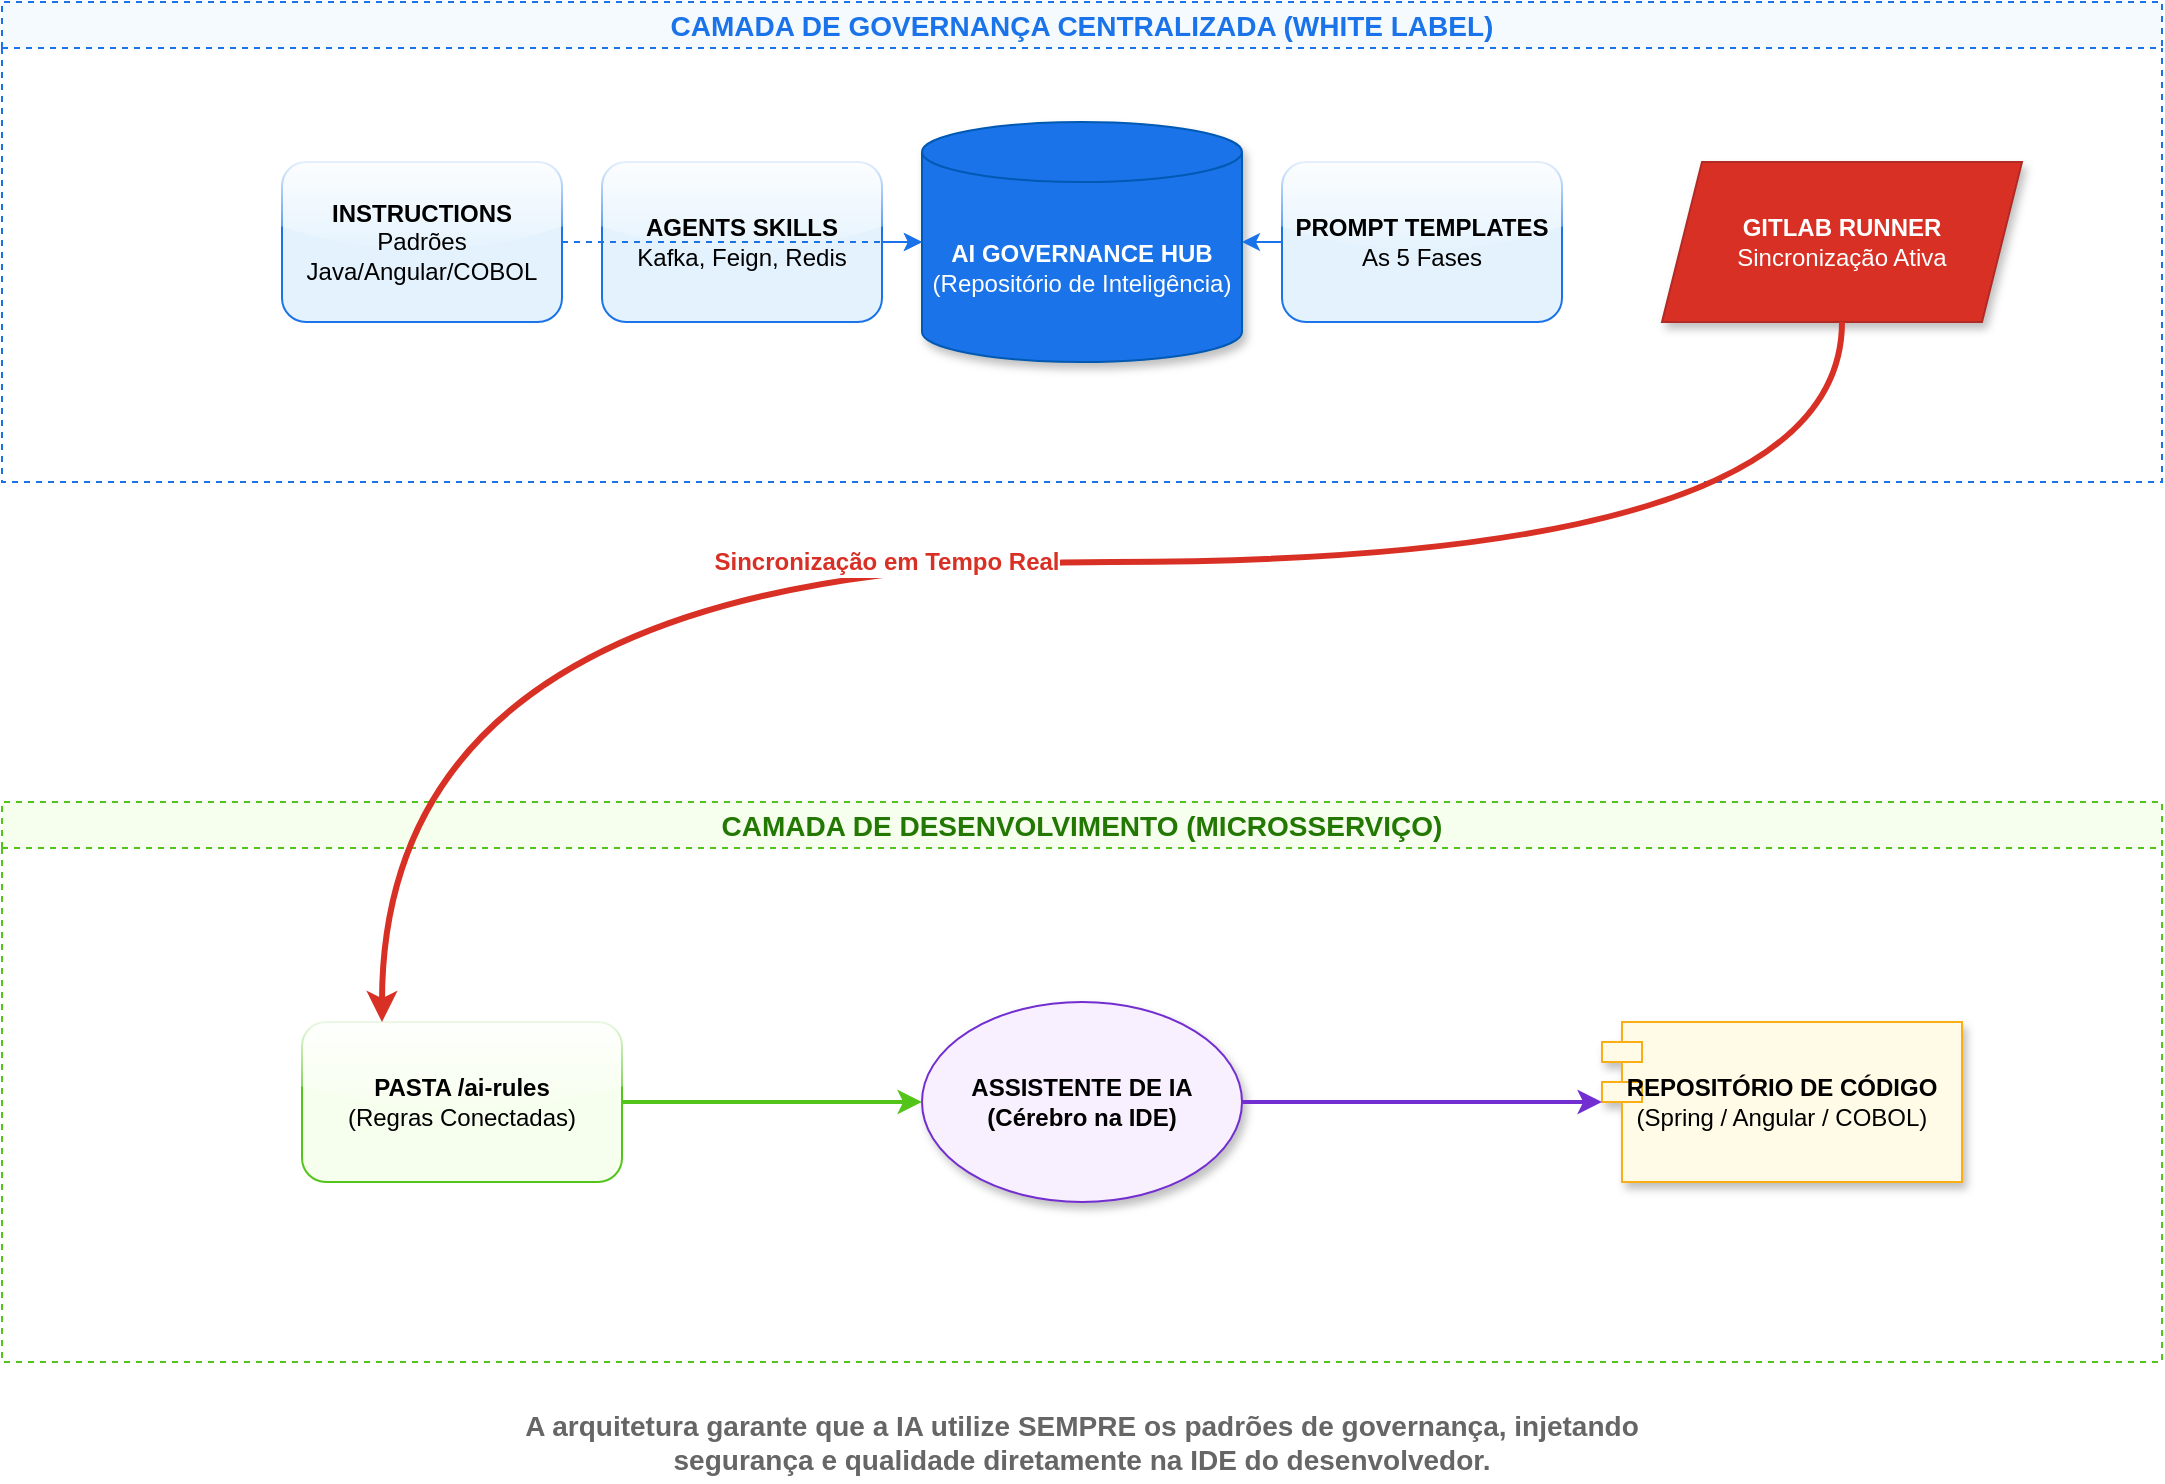
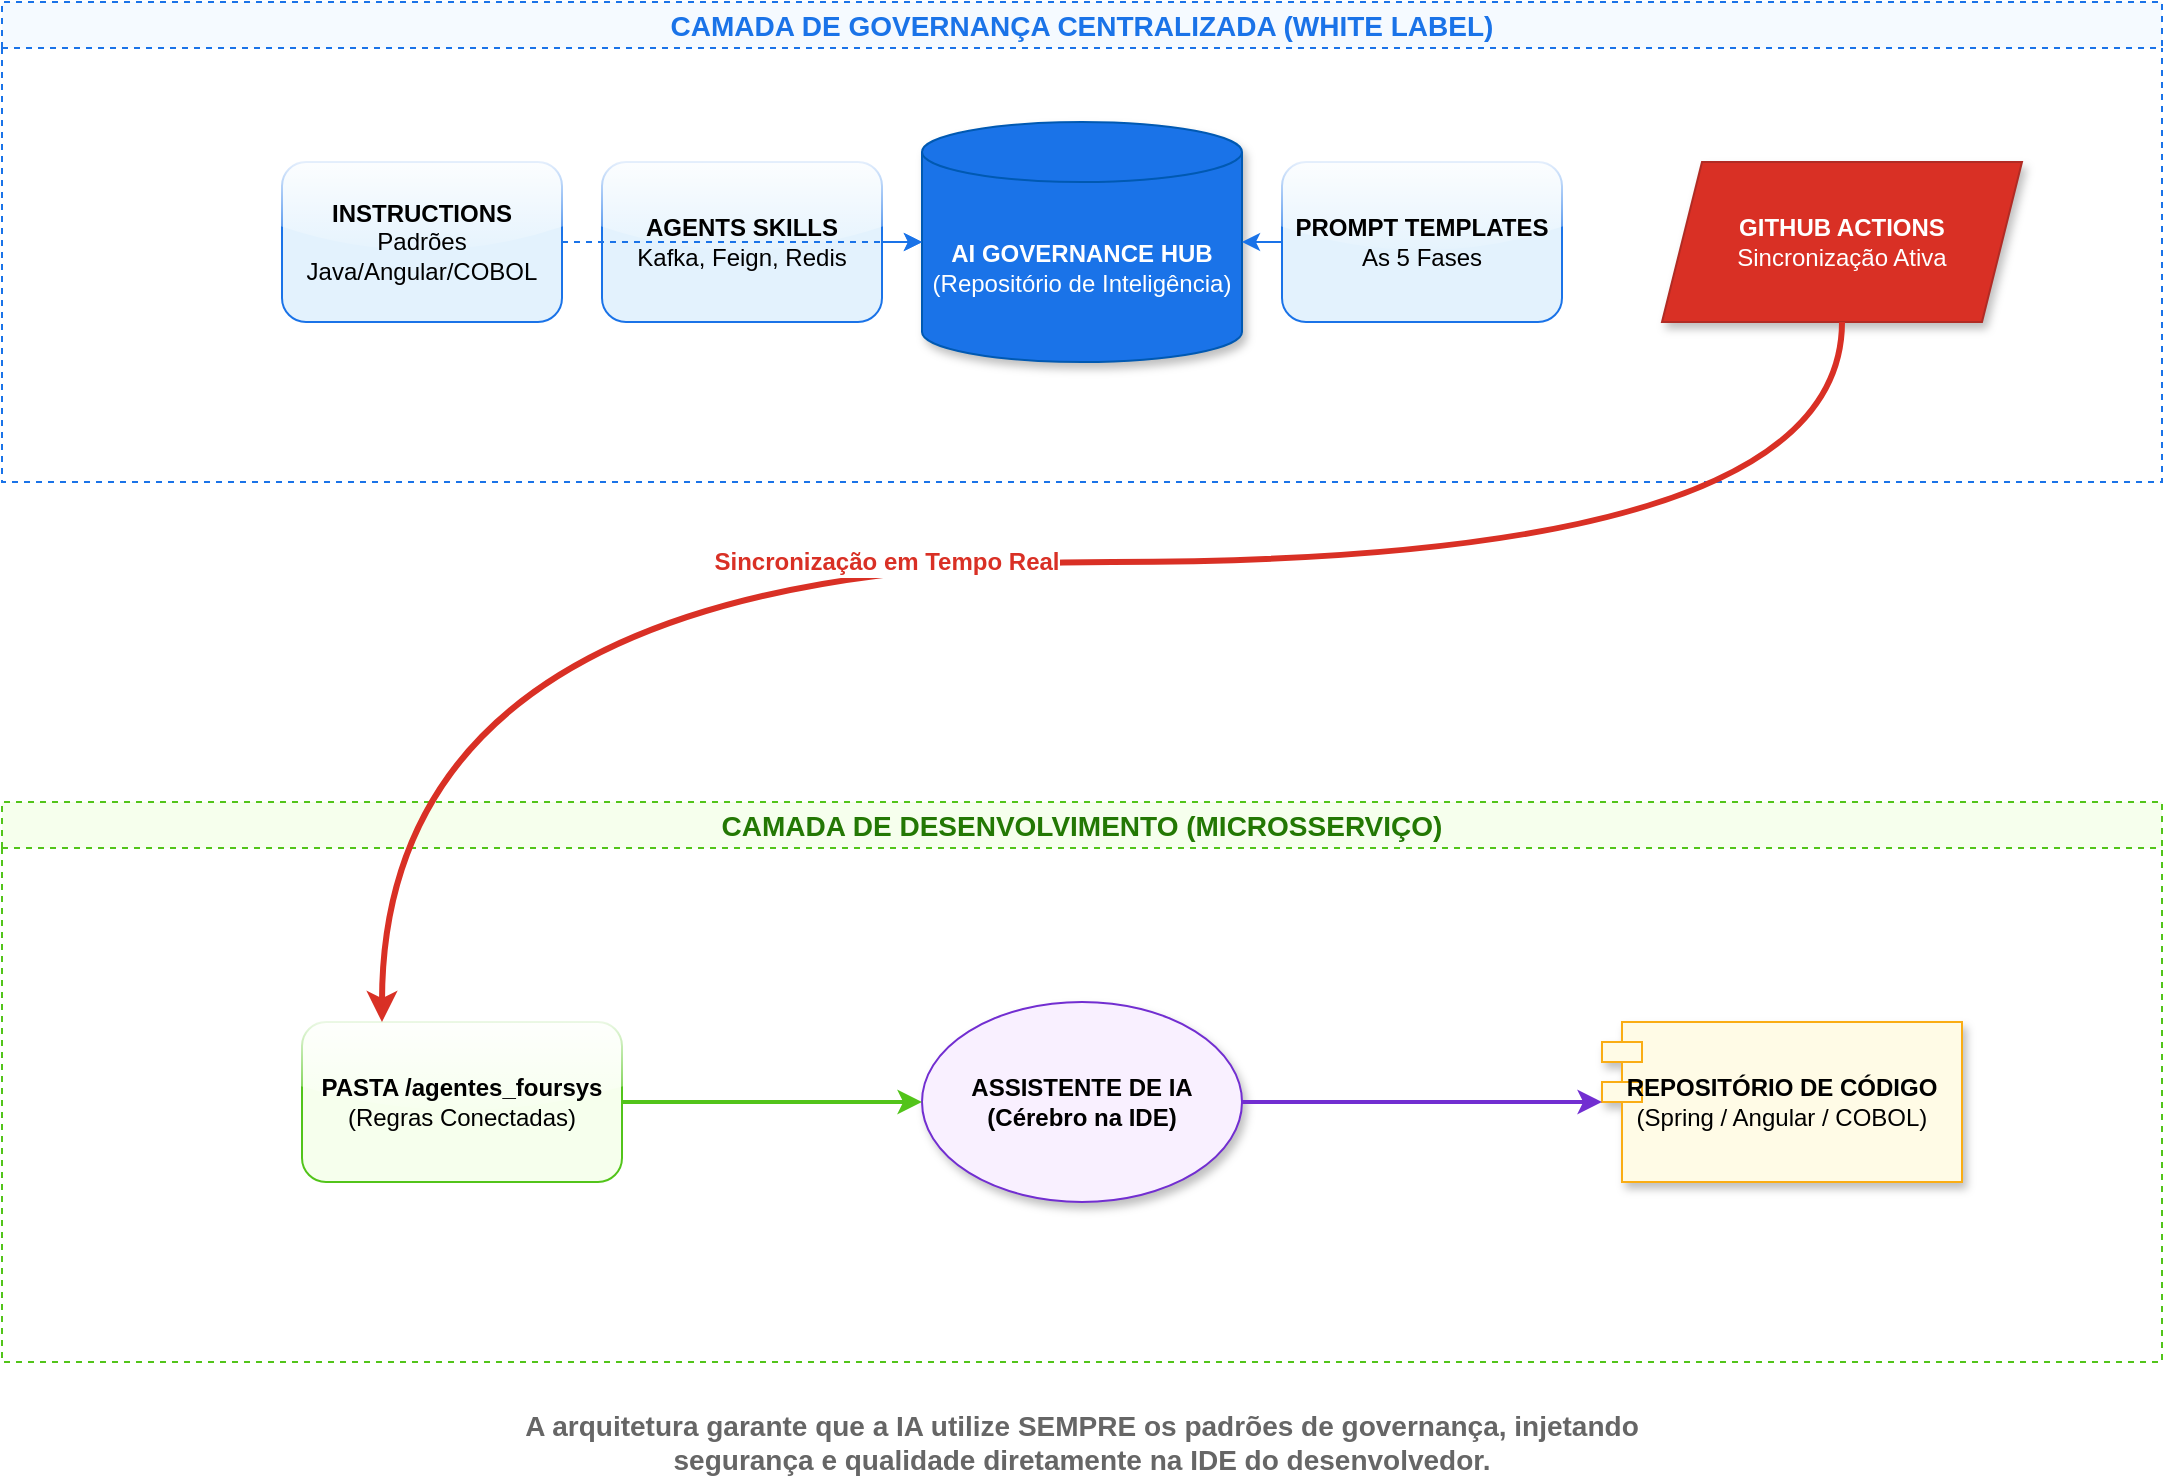
- <mxfile host="Electron" version="21.6.8" type="device">
+ ﻿<mxfile host="Electron" version="21.6.8" type="device">
  <diagram id="solucao-v2" name="Arquitetura de Alta Fidelidade">
    <mxGraphModel dx="1422" dy="794" grid="1" gridSize="10" guides="1" tooltips="1" connect="1" arrows="1" fold="1" page="1" pageScale="1" pageWidth="1169" pageHeight="827" math="0" shadow="0">
      <root>
        <mxCell id="0" />
        <mxCell id="1" parent="0" />

        <!-- Camada Central de Governança -->
        <mxCell id="group-central" value="CAMADA DE GOVERNANÇA CENTRALIZADA (WHITE LABEL)" style="swimlane;whiteSpace=wrap;html=1;fillColor=#F5FAFF;strokeColor=#1A73E8;dashed=1;fontStyle=1;fontSize=14;fontColor=#1A73E8;" vertex="1" parent="1">
          <mxGeometry x="40" y="40" width="1080" height="240" as="geometry" />
        </mxCell>

        <mxCell id="hub-repo" value="&lt;b&gt;AI GOVERNANCE HUB&lt;/b&gt;&lt;br&gt;(Repositório de Inteligência)" style="shape=cylinder3;whiteSpace=wrap;html=1;boundedLbl=1;backgroundOutline=1;size=15;fillColor=#1A73E8;strokeColor=#0059B2;fontColor=#FFFFFF;shadow=1;" vertex="1" parent="group-central">
          <mxGeometry x="460" y="60" width="160" height="120" as="geometry" />
        </mxCell>

        <mxCell id="instructions" value="&lt;b&gt;INSTRUCTIONS&lt;/b&gt;&lt;br&gt;Padrões Java/Angular/COBOL" style="rounded=1;whiteSpace=wrap;html=1;fillColor=#E3F2FD;strokeColor=#1A73E8;glass=1;" vertex="1" parent="group-central">
          <mxGeometry x="140" y="80" width="140" height="80" as="geometry" />
        </mxCell>

        <mxCell id="skills" value="&lt;b&gt;AGENTS SKILLS&lt;/b&gt;&lt;br&gt;Kafka, Feign, Redis" style="rounded=1;whiteSpace=wrap;html=1;fillColor=#E3F2FD;strokeColor=#1A73E8;glass=1;" vertex="1" parent="group-central">
          <mxGeometry x="300" y="80" width="140" height="80" as="geometry" />
        </mxCell>

        <mxCell id="templates" value="&lt;b&gt;PROMPT TEMPLATES&lt;/b&gt;&lt;br&gt;As 5 Fases" style="rounded=1;whiteSpace=wrap;html=1;fillColor=#E3F2FD;strokeColor=#1A73E8;glass=1;" vertex="1" parent="group-central">
          <mxGeometry x="640" y="80" width="140" height="80" as="geometry" />
        </mxCell>

-         <mxCell id="catalog-sync" value="&lt;b&gt;GITLAB RUNNER&lt;/b&gt;&lt;br&gt;Sincronização Ativa" style="shape=parallelogram;perimeter=parallelogramPerimeter;whiteSpace=wrap;html=1;fixedSize=1;fillColor=#D93025;strokeColor=#B12B24;fontColor=#FFFFFF;shadow=1;" vertex="1" parent="group-central">
+         <mxCell id="catalog-sync" value="&lt;b&gt;GITHUB ACTIONS&lt;/b&gt;&lt;br&gt;Sincronização Ativa" style="shape=parallelogram;perimeter=parallelogramPerimeter;whiteSpace=wrap;html=1;fixedSize=1;fillColor=#D93025;strokeColor=#B12B24;fontColor=#FFFFFF;shadow=1;" vertex="1" parent="group-central">
          <mxGeometry x="830" y="80" width="180" height="80" as="geometry" />
        </mxCell>

        <!-- Conexões Internas -->
        <mxCell id="c1" edge="1" parent="group-central" source="instructions" target="hub-repo" style="edgeStyle=orthogonalEdgeStyle;rounded=1;orthogonalLoop=1;jettySize=auto;html=1;strokeColor=#1A73E8;dashed=1;">
          <mxGeometry relative="1" as="geometry" />
        </mxCell>
        <mxCell id="c2" edge="1" parent="group-central" source="skills" target="hub-repo" style="edgeStyle=orthogonalEdgeStyle;rounded=1;orthogonalLoop=1;jettySize=auto;html=1;strokeColor=#1A73E8;dashed=1;">
          <mxGeometry relative="1" as="geometry" />
        </mxCell>
        <mxCell id="c3" edge="1" parent="group-central" source="templates" target="hub-repo" style="edgeStyle=orthogonalEdgeStyle;rounded=1;orthogonalLoop=1;jettySize=auto;html=1;strokeColor=#1A73E8;dashed=1;">
          <mxGeometry relative="1" as="geometry" />
        </mxCell>

        <!-- Camada de Execução Local -->
        <mxCell id="group-local" value="CAMADA DE DESENVOLVIMENTO (MICROSSERVIÇO)" style="swimlane;whiteSpace=wrap;html=1;fillColor=#F6FFED;strokeColor=#52C41A;dashed=1;fontStyle=1;fontSize=14;fontColor=#237804;" vertex="1" parent="1">
          <mxGeometry x="40" y="440" width="1080" height="280" as="geometry" />
        </mxCell>

        <mxCell id="ai-agent" value="&lt;b&gt;ASSISTENTE DE IA&lt;/b&gt;&lt;br&gt;(Cérebro na IDE)" style="ellipse;whiteSpace=wrap;html=1;fillColor=#F9F0FF;strokeColor=#722ED1;shadow=1;fontStyle=1;" vertex="1" parent="group-local">
          <mxGeometry x="460" y="100" width="160" height="100" as="geometry" />
        </mxCell>

-         <mxCell id="ai-rules" value="&lt;b&gt;PASTA /ai-rules&lt;/b&gt;&lt;br&gt;(Regras Conectadas)" style="rounded=1;whiteSpace=wrap;html=1;fillColor=#F6FFED;strokeColor=#52C41A;glass=1;" vertex="1" parent="group-local">
+         <mxCell id="agentes_foursys" value="&lt;b&gt;PASTA /agentes_foursys&lt;/b&gt;&lt;br&gt;(Regras Conectadas)" style="rounded=1;whiteSpace=wrap;html=1;fillColor=#F6FFED;strokeColor=#52C41A;glass=1;" vertex="1" parent="group-local">
          <mxGeometry x="150" y="110" width="160" height="80" as="geometry" />
        </mxCell>

        <mxCell id="source-code" value="&lt;b&gt;REPOSITÓRIO DE CÓDIGO&lt;/b&gt;&lt;br&gt;(Spring / Angular / COBOL)" style="shape=module;whiteSpace=wrap;html=1;fillColor=#FFFBE6;strokeColor=#FAAD14;shadow=1;" vertex="1" parent="group-local">
          <mxGeometry x="800" y="110" width="180" height="80" as="geometry" />
        </mxCell>

        <!-- Fluxo Final -->
-         <mxCell id="sync-flow" edge="1" parent="1" source="catalog-sync" target="ai-rules" style="edgeStyle=orthogonalEdgeStyle;rounded=1;orthogonalLoop=1;jettySize=auto;html=1;strokeWidth=3;strokeColor=#D93025;curved=1;">
+         <mxCell id="sync-flow" edge="1" parent="1" source="catalog-sync" target="agentes_foursys" style="edgeStyle=orthogonalEdgeStyle;rounded=1;orthogonalLoop=1;jettySize=auto;html=1;strokeWidth=3;strokeColor=#D93025;curved=1;">
          <mxGeometry relative="1" as="geometry">
            <mxPoint x="960" y="300" as="sourcePoint" />
            <mxPoint x="230" y="430" as="targetPoint" />
            <Array as="points">
              <mxPoint x="960" y="320" />
              <mxPoint x="230" y="320" />
            </Array>
          </mxGeometry>
        </mxCell>
        <mxCell id="sync-text" value="&lt;b&gt;Sincronização em Tempo Real&lt;/b&gt;" style="edgeLabel;html=1;align=center;verticalAlign=middle;resizable=0;points=[];fontSize=12;fontColor=#D93025;" vertex="1" connectable="0" parent="sync-flow">
          <mxGeometry x="0.2" relative="1" as="geometry">
            <mxPoint x="50" as="offset" />
          </mxGeometry>
        </mxCell>

-         <mxCell id="f1" edge="1" parent="1" source="ai-rules" target="ai-agent" style="edgeStyle=orthogonalEdgeStyle;rounded=1;orthogonalLoop=1;jettySize=auto;html=1;strokeWidth=2;strokeColor=#52C41A;">
+         <mxCell id="f1" edge="1" parent="1" source="agentes_foursys" target="ai-agent" style="edgeStyle=orthogonalEdgeStyle;rounded=1;orthogonalLoop=1;jettySize=auto;html=1;strokeWidth=2;strokeColor=#52C41A;">
          <mxGeometry relative="1" as="geometry" />
        </mxCell>
        <mxCell id="f2" edge="1" parent="1" source="ai-agent" target="source-code" style="edgeStyle=orthogonalEdgeStyle;rounded=1;orthogonalLoop=1;jettySize=auto;html=1;strokeWidth=2;strokeColor=#722ED1;">
          <mxGeometry relative="1" as="geometry" />
        </mxCell>

        <!-- Legendas -->
        <mxCell id="info" value="A arquitetura garante que a IA utilize SEMPRE os padrões de governança, injetando segurança e qualidade diretamente na IDE do desenvolvedor." style="text;html=1;strokeColor=none;fillColor=none;align=center;verticalAlign=middle;whiteSpace=wrap;rounded=0;fontSize=14;fontStyle=1;fontColor=#666666;" vertex="1" parent="1">
          <mxGeometry x="270" y="740" width="620" height="40" as="geometry" />
        </mxCell>

      </root>
    </mxGraphModel>
  </diagram>
</mxfile>
